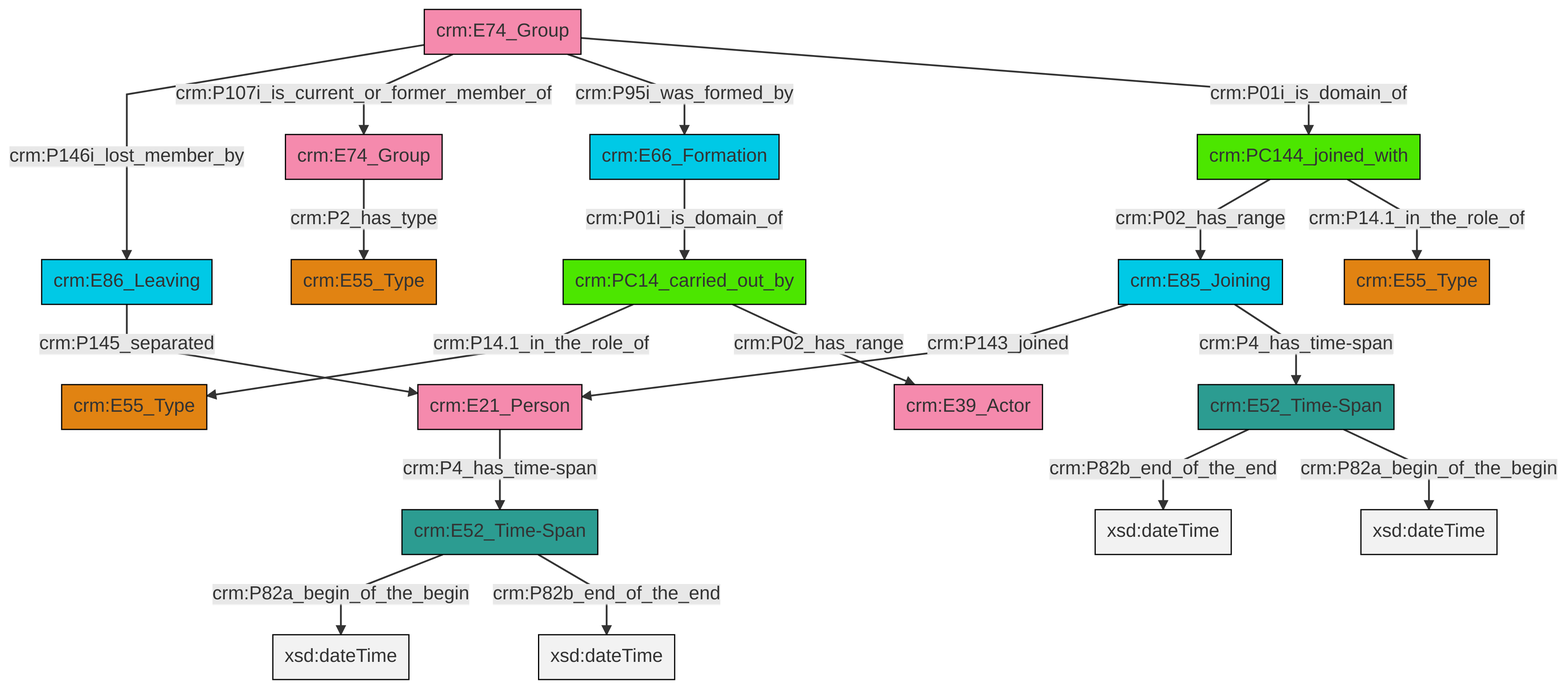
The Mermaid diagram et/groupCSV/ttl/mmd/png/group_actor_relations.png in ncarboni/srdm, before a commit. Its source is kept beside it as et/groupCSV/ttl/mmd/group_actor_relations.ttl.mmd.
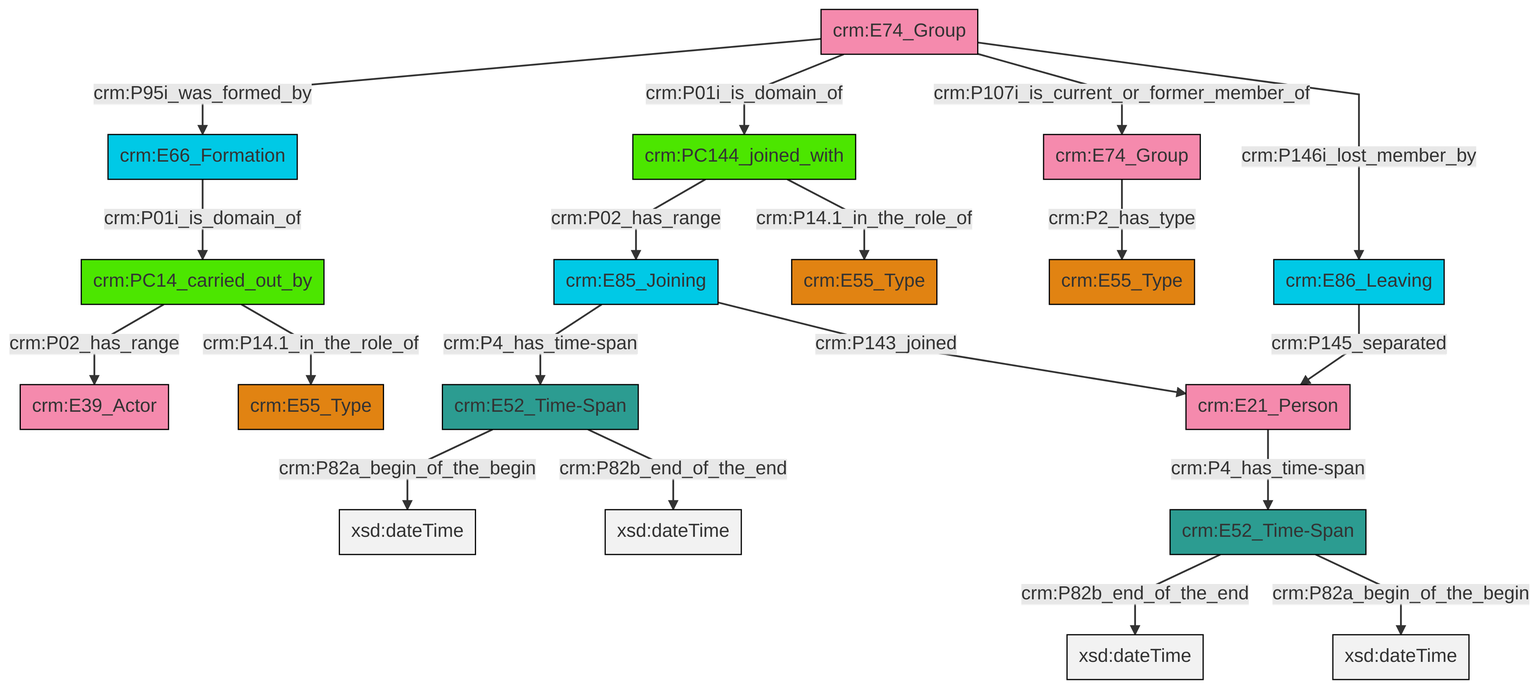
The same diagram one commit later.

The edit, as a diff of the source:
```diff
@@ -13,21 +13,21 @@
 classDef PC_Classes fill:#4ce600, stroke:#000000;
 classDef Multi fill:#cccccc,stroke:#000000;
 
-8["crm:E66_Formation"]:::Temporal_Entity -->|crm:P01i_is_domain_of| 9["crm:PC14_carried_out_by"]:::PC_Classes
-13["crm:E74_Group"]:::Actor -->|crm:P146i_lost_member_by| 14["crm:E86_Leaving"]:::Temporal_Entity
-9["crm:PC14_carried_out_by"]:::PC_Classes -->|crm:P14.1_in_the_role_of| 6["crm:E55_Type"]:::Type
-13["crm:E74_Group"]:::Actor -->|crm:P107i_is_current_or_former_member_of| 15["crm:E74_Group"]:::Actor
-16["crm:E21_Person"]:::Actor -->|crm:P4_has_time-span| 4["crm:E52_Time-Span"]:::Time-Span
-4["crm:E52_Time-Span"]:::Time-Span -->|crm:P82a_begin_of_the_begin| 17[xsd:dateTime]:::Literal
-13["crm:E74_Group"]:::Actor -->|crm:P95i_was_formed_by| 8["crm:E66_Formation"]:::Temporal_Entity
-15["crm:E74_Group"]:::Actor -->|crm:P2_has_type| 18["crm:E55_Type"]:::Type
-11["crm:E52_Time-Span"]:::Time-Span -->|crm:P82b_end_of_the_end| 21[xsd:dateTime]:::Literal
-4["crm:E52_Time-Span"]:::Time-Span -->|crm:P82b_end_of_the_end| 23[xsd:dateTime]:::Literal
-13["crm:E74_Group"]:::Actor -->|crm:P01i_is_domain_of| 2["crm:PC144_joined_with"]:::PC_Classes
-25["crm:E85_Joining"]:::Temporal_Entity -->|crm:P143_joined| 16["crm:E21_Person"]:::Actor
-25["crm:E85_Joining"]:::Temporal_Entity -->|crm:P4_has_time-span| 11["crm:E52_Time-Span"]:::Time-Span
-2["crm:PC144_joined_with"]:::PC_Classes -->|crm:P02_has_range| 25["crm:E85_Joining"]:::Temporal_Entity
-11["crm:E52_Time-Span"]:::Time-Span -->|crm:P82a_begin_of_the_begin| 30[xsd:dateTime]:::Literal
-9["crm:PC14_carried_out_by"]:::PC_Classes -->|crm:P02_has_range| 32["crm:E39_Actor"]:::Actor
-14["crm:E86_Leaving"]:::Temporal_Entity -->|crm:P145_separated| 16["crm:E21_Person"]:::Actor
+2["crm:PC144_joined_with"]:::PC_Classes -->|crm:P02_has_range| 3["crm:E85_Joining"]:::Temporal_Entity
+4["crm:E74_Group"]:::Actor -->|crm:P2_has_type| 5["crm:E55_Type"]:::Type
+8["crm:PC14_carried_out_by"]:::PC_Classes -->|crm:P02_has_range| 9["crm:E39_Actor"]:::Actor
+10["crm:E52_Time-Span"]:::Time-Span -->|crm:P82b_end_of_the_end| 11[xsd:dateTime]:::Literal
+10["crm:E52_Time-Span"]:::Time-Span -->|crm:P82a_begin_of_the_begin| 12[xsd:dateTime]:::Literal
+15["crm:E21_Person"]:::Actor -->|crm:P4_has_time-span| 10["crm:E52_Time-Span"]:::Time-Span
+6["crm:E74_Group"]:::Actor -->|crm:P95i_was_formed_by| 16["crm:E66_Formation"]:::Temporal_Entity
+6["crm:E74_Group"]:::Actor -->|crm:P01i_is_domain_of| 2["crm:PC144_joined_with"]:::PC_Classes
+6["crm:E74_Group"]:::Actor -->|crm:P107i_is_current_or_former_member_of| 4["crm:E74_Group"]:::Actor
+3["crm:E85_Joining"]:::Temporal_Entity -->|crm:P4_has_time-span| 18["crm:E52_Time-Span"]:::Time-Span
+6["crm:E74_Group"]:::Actor -->|crm:P146i_lost_member_by| 21["crm:E86_Leaving"]:::Temporal_Entity
+21["crm:E86_Leaving"]:::Temporal_Entity -->|crm:P145_separated| 15["crm:E21_Person"]:::Actor
+16["crm:E66_Formation"]:::Temporal_Entity -->|crm:P01i_is_domain_of| 8["crm:PC14_carried_out_by"]:::PC_Classes
+8["crm:PC14_carried_out_by"]:::PC_Classes -->|crm:P14.1_in_the_role_of| 13["crm:E55_Type"]:::Type
+3["crm:E85_Joining"]:::Temporal_Entity -->|crm:P143_joined| 15["crm:E21_Person"]:::Actor
+18["crm:E52_Time-Span"]:::Time-Span -->|crm:P82a_begin_of_the_begin| 25[xsd:dateTime]:::Literal
+18["crm:E52_Time-Span"]:::Time-Span -->|crm:P82b_end_of_the_end| 26[xsd:dateTime]:::Literal
 2["crm:PC144_joined_with"]:::PC_Classes -->|crm:P14.1_in_the_role_of| 0["crm:E55_Type"]:::Type
```
